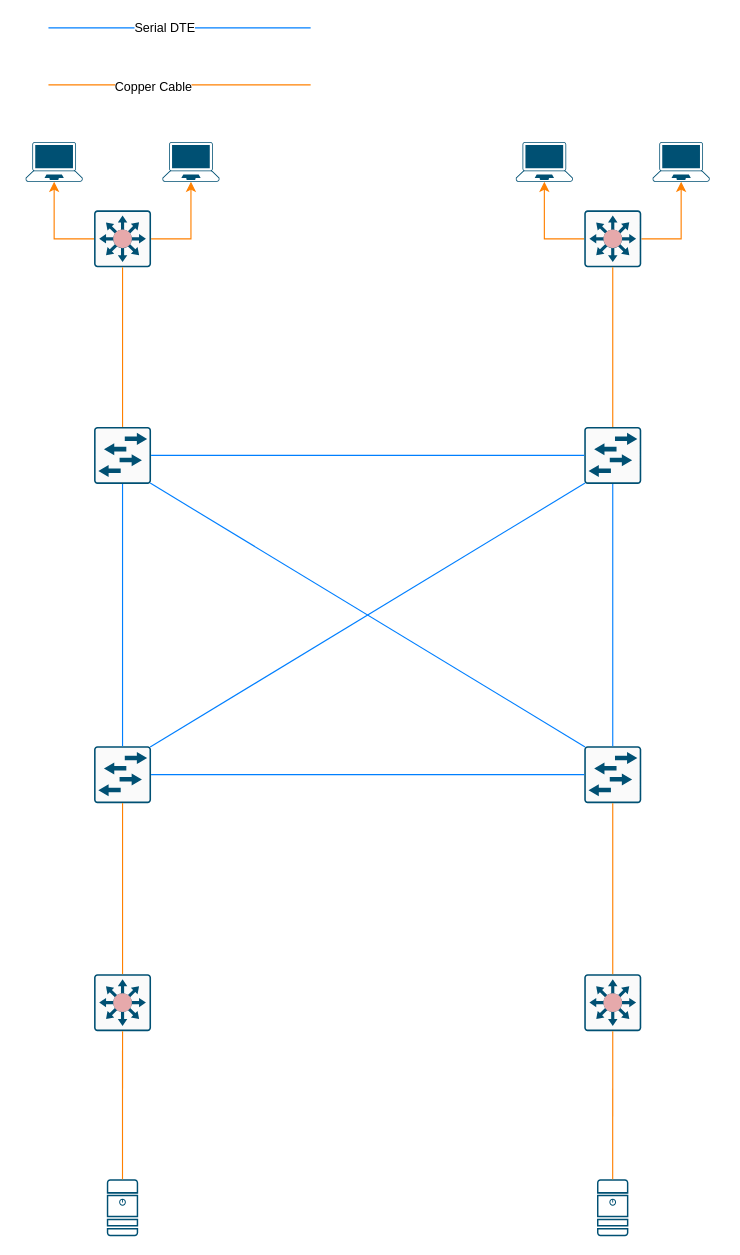
ScriptingDon/Providing-Networks-and-Services keeps this draw.io diagram as Network plan.drawio. Above is the earlier version. Source tidied: cells renumbered, new cells numbered last; positions are measured from the earlier drawing's top-left corner, leaving out a move shared by most shapes. Both pictures are drawn from the tidied source at 114%, with x=0, y=0 at pixel (25, 27).
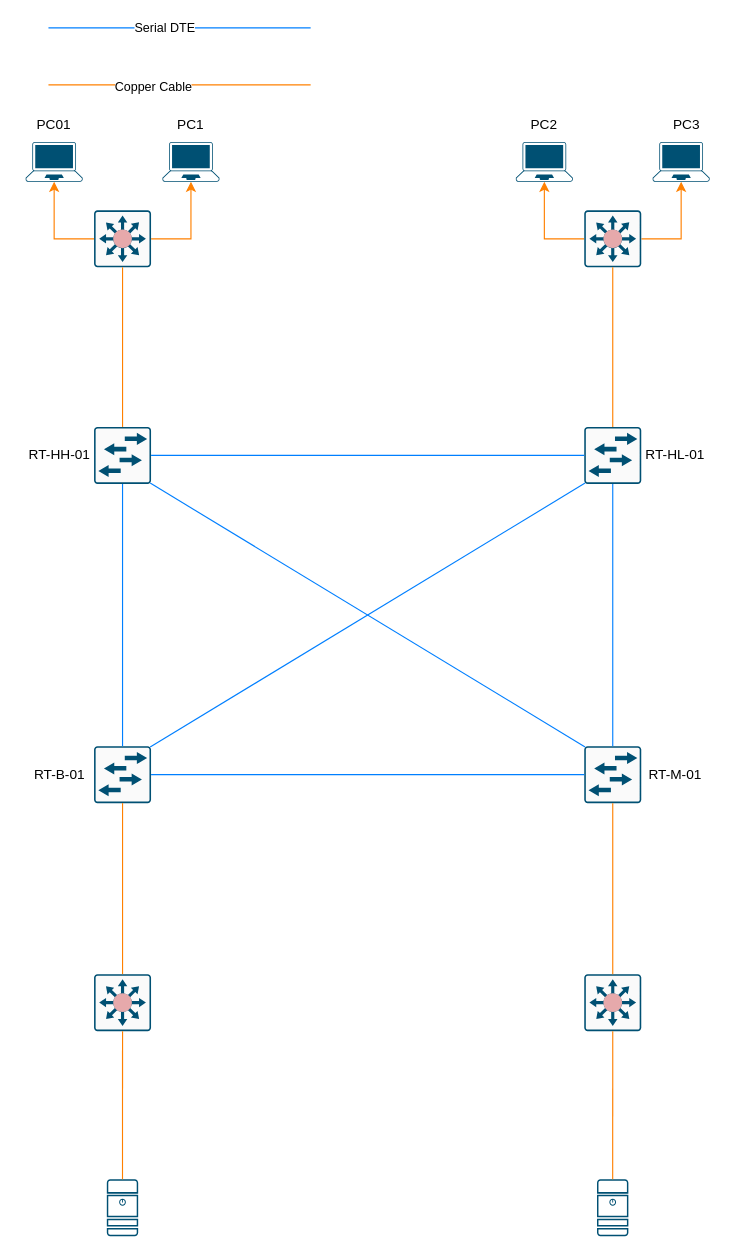
The same page after the edit.

The edit, as a diff of the source:
```diff
@@
+    <mxCell id="36" value="PC01" style="text;html=1;strokeColor=none;fillColor=none;align=center;verticalAlign=middle;whiteSpace=wrap;rounded=0;" parent="1" vertex="1">
+      <mxGeometry x="-5" y="70" width="60" height="30" as="geometry" />
+    </mxCell>
+    <mxCell id="37" value="PC1" style="text;html=1;strokeColor=none;fillColor=none;align=center;verticalAlign=middle;whiteSpace=wrap;rounded=0;" parent="1" vertex="1">
+      <mxGeometry x="115" y="70" width="60" height="30" as="geometry" />
+    </mxCell>
+    <mxCell id="38" value="PC2" style="text;html=1;strokeColor=none;fillColor=none;align=center;verticalAlign=middle;whiteSpace=wrap;rounded=0;" parent="1" vertex="1">
+      <mxGeometry x="425" y="70" width="60" height="30" as="geometry" />
+    </mxCell>
+    <mxCell id="39" value="PC3" style="text;html=1;strokeColor=none;fillColor=none;align=center;verticalAlign=middle;whiteSpace=wrap;rounded=0;" parent="1" vertex="1">
+      <mxGeometry x="550" y="70" width="60" height="30" as="geometry" />
+    </mxCell>
+    <mxCell id="40" value="RT-HH-01" style="text;html=1;strokeColor=none;fillColor=none;align=center;verticalAlign=middle;whiteSpace=wrap;rounded=0;" parent="1" vertex="1">
+      <mxGeometry y="360" width="60" height="30" as="geometry" />
+    </mxCell>
+    <mxCell id="41" value="RT-HL-01" style="text;html=1;strokeColor=none;fillColor=none;align=center;verticalAlign=middle;whiteSpace=wrap;rounded=0;" parent="1" vertex="1">
+      <mxGeometry x="540" y="360" width="60" height="30" as="geometry" />
+    </mxCell>
+    <mxCell id="42" value="RT-M-01" style="text;html=1;strokeColor=none;fillColor=none;align=center;verticalAlign=middle;whiteSpace=wrap;rounded=0;" parent="1" vertex="1">
+      <mxGeometry x="540" y="640" width="60" height="30" as="geometry" />
+    </mxCell>
+    <mxCell id="43" value="RT-B-01" style="text;html=1;strokeColor=none;fillColor=none;align=center;verticalAlign=middle;whiteSpace=wrap;rounded=0;" parent="1" vertex="1">
+      <mxGeometry y="640" width="60" height="30" as="geometry" />
+    </mxCell>
```
